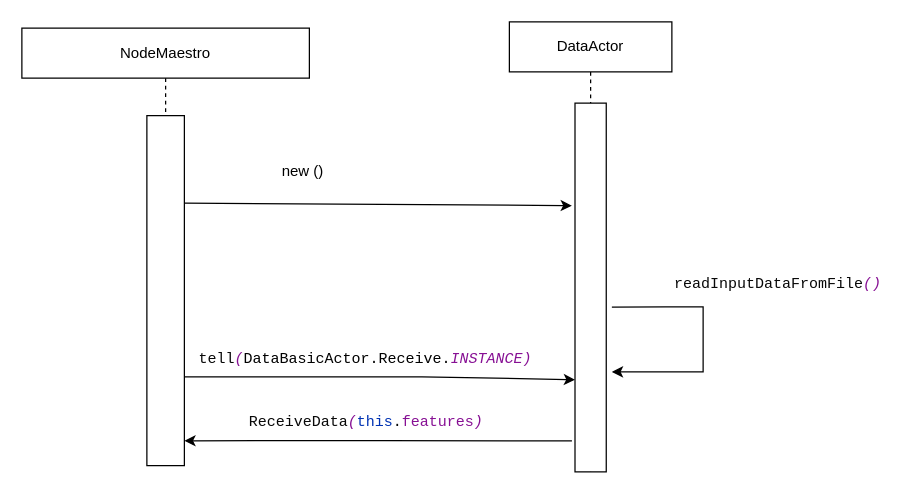
Above: page "Page-1" (1 of 2) of createDataActorAndRetrieveInputVector.drawio in vanelopethecoder/som-basic (draw.io), before the change. Source tidied: cells renumbered, new cells numbered last; positions are measured from the earlier drawing's top-left corner, leaving out a move shared by most shapes. Both pictures are drawn from the tidied source at 125%, with x=0, y=0 at pixel (21, 21).
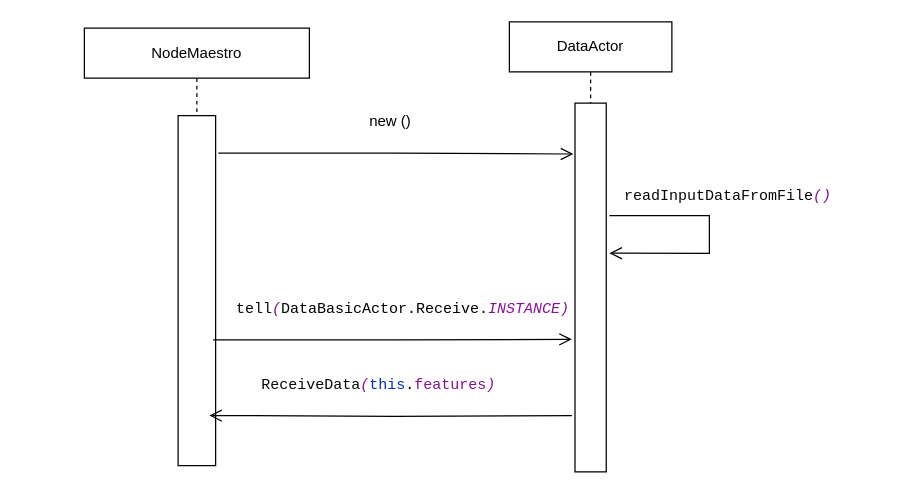
After the change.

The change refers to these unchanged cells:
```xml
<mxCell id="9" value="DataActor" style="shape=umlLifeline;perimeter=lifelinePerimeter;whiteSpace=wrap;html=1;outlineConnect=0;" parent="1" vertex="1">
  <mxGeometry x="390" width="130" height="360" as="geometry" />
</mxCell>
<mxCell id="10" style="rounded=0;whiteSpace=wrap;html=1;" parent="9" vertex="1">
  <mxGeometry x="52.5" y="65" width="25" height="295" as="geometry" />
</mxCell>
```

Change to the diagram source:
```diff
@@
     <mxCell id="2" value="NodeMaestro" style="shape=umlLifeline;perimeter=lifelinePerimeter;whiteSpace=wrap;html=1;" parent="1" vertex="1">
-      <mxGeometry y="5" width="230" height="350" as="geometry" />
+      <mxGeometry x="50" y="5" width="180" height="350" as="geometry" />
     </mxCell>
     <mxCell id="3" style="rounded=0;whiteSpace=wrap;html=1;" parent="2" vertex="1">
-      <mxGeometry x="100" y="70" width="30" height="280" as="geometry" />
+      <mxGeometry x="75" y="70" width="30" height="280" as="geometry" />
     </mxCell>
-    <mxCell id="4" style="endArrow=classic;html=1;rounded=0;entryX=0;entryY=0.75;entryDx=0;entryDy=0;" parent="2" edge="1" target="10">
-      <mxGeometry relative="1" as="geometry">
-        <mxPoint x="130" y="279" as="sourcePoint" />
-        <Array as="points">
-          <mxPoint x="230" y="279" />
-          <mxPoint x="320" y="279" />
-        </Array>
-      </mxGeometry>
-    </mxCell>
     <mxCell id="5" value="new ()" style="text;html=1;strokeColor=none;fillColor=none;align=center;verticalAlign=middle;whiteSpace=wrap;rounded=0;" parent="1" vertex="1">
-      <mxGeometry x="160" y="105" width="130" height="30" as="geometry" />
+      <mxGeometry x="220" y="65" width="150" height="30" as="geometry" />
     </mxCell>
-    <mxCell id="6" style="endArrow=classic;html=1;rounded=0;exitX=1;exitY=0.25;exitDx=0;exitDy=0;entryX=-0.1;entryY=0.278;entryDx=0;entryDy=0;entryPerimeter=0;" parent="1" edge="1" source="3" target="10">
-      <mxGeometry relative="1" as="geometry" />
-    </mxCell>
     <mxCell id="7" value="&lt;pre style=&quot;background-color: #ffffff ; color: #080808 ; font-family: &amp;#34;jetbrains mono&amp;#34; , monospace ; font-size: 9 8pt&quot;&gt;readInputDataFromFile&lt;span style=&quot;color: #871094 ; font-style: italic&quot;&gt;()&lt;/span&gt;&lt;/pre&gt;" style="text;html=1;strokeColor=none;fillColor=none;align=center;verticalAlign=middle;whiteSpace=wrap;rounded=0;" parent="1" vertex="1">
-      <mxGeometry x="560" y="195" width="90" height="30" as="geometry" />
+      <mxGeometry x="520" y="125" width="90" height="30" as="geometry" />
     </mxCell>
-    <mxCell id="8" style="endArrow=classic;html=1;rounded=0;entryX=1;entryY=0.929;entryDx=0;entryDy=0;entryPerimeter=0;exitX=0.385;exitY=0.931;exitDx=0;exitDy=0;exitPerimeter=0;" parent="1" edge="1" source="9" target="3">
-      <mxGeometry relative="1" as="geometry">
-        <Array as="points">
-          <mxPoint x="290" y="335" />
-          <mxPoint x="250" y="335" />
-          <mxPoint x="190" y="335" />
-        </Array>
-      </mxGeometry>
-    </mxCell>
@@
-    <mxCell id="11" style="endArrow=classic;html=1;rounded=0;exitX=1.18;exitY=0.553;exitDx=0;exitDy=0;exitPerimeter=0;" parent="9" edge="1" source="10">
-      <mxGeometry relative="1" as="geometry">
-        <mxPoint x="82" y="280" as="targetPoint" />
-        <Array as="points">
-          <mxPoint x="125" y="228" />
-          <mxPoint x="145" y="228" />
-          <mxPoint x="155" y="228" />
-          <mxPoint x="155" y="280" />
-          <mxPoint x="125" y="280" />
-        </Array>
-      </mxGeometry>
-    </mxCell>
+    <mxCell id="14" style="edgeStyle=orthogonalEdgeStyle;html=1;verticalAlign=bottom;endArrow=open;endSize=8;strokeColor=#000000;rounded=0;exitX=1.1;exitY=0.305;exitDx=0;exitDy=0;exitPerimeter=0;entryX=1.1;entryY=0.407;entryDx=0;entryDy=0;entryPerimeter=0;" parent="9" edge="1" source="10" target="10">
+      <mxGeometry relative="1" as="geometry">
+        <Array as="points">
+          <mxPoint x="160" y="155" />
+          <mxPoint x="160" y="185" />
+        </Array>
+      </mxGeometry>
+    </mxCell>
     <mxCell id="12" value="&lt;pre style=&quot;background-color: #ffffff ; color: #080808 ; font-family: &amp;#34;jetbrains mono&amp;#34; , monospace ; font-size: 9 8pt&quot;&gt;tell&lt;span style=&quot;color: #871094 ; font-style: italic&quot;&gt;(&lt;/span&gt;&lt;span style=&quot;color: #000000&quot;&gt;DataBasicActor&lt;/span&gt;.&lt;span style=&quot;color: #000000&quot;&gt;Receive&lt;/span&gt;.&lt;span style=&quot;color: #871094 ; font-style: italic&quot;&gt;INSTANCE)&lt;/span&gt;&lt;/pre&gt;" style="text;html=1;strokeColor=none;fillColor=none;align=center;verticalAlign=middle;whiteSpace=wrap;rounded=0;" parent="1" vertex="1">
-      <mxGeometry x="200" y="255" width="150" height="30" as="geometry" />
+      <mxGeometry x="230" y="215" width="150" height="30" as="geometry" />
     </mxCell>
     <mxCell id="13" value="&lt;pre style=&quot;background-color: #ffffff ; color: #080808 ; font-family: &amp;quot;jetbrains mono&amp;quot; , monospace ; font-size: 9 8pt&quot;&gt;ReceiveData&lt;span style=&quot;color: #871094 ; font-style: italic&quot;&gt;(&lt;/span&gt;&lt;span style=&quot;color: #0033b3&quot;&gt;this&lt;/span&gt;.&lt;span style=&quot;color: #871094&quot;&gt;features&lt;/span&gt;&lt;span style=&quot;color: #871094 ; font-style: italic&quot;&gt;)&lt;/span&gt;&lt;/pre&gt;" style="text;whiteSpace=wrap;html=1;" parent="1" vertex="1">
-      <mxGeometry x="180" y="295" width="210" height="50" as="geometry" />
+      <mxGeometry x="190" y="265" width="210" height="50" as="geometry" />
     </mxCell>
+    <mxCell id="6" style="edgeStyle=orthogonalEdgeStyle;html=1;verticalAlign=bottom;endArrow=open;endSize=8;strokeColor=#000000;rounded=0;exitX=1.073;exitY=0.107;exitDx=0;exitDy=0;exitPerimeter=0;entryX=-0.052;entryY=0.138;entryDx=0;entryDy=0;entryPerimeter=0;" parent="1" edge="1" source="3" target="10">
+      <mxGeometry relative="1" as="geometry" />
+    </mxCell>
+    <mxCell id="15" style="edgeStyle=orthogonalEdgeStyle;html=1;verticalAlign=bottom;endArrow=open;endSize=8;strokeColor=#000000;rounded=0;exitX=1.073;exitY=0.107;exitDx=0;exitDy=0;exitPerimeter=0;" parent="1" edge="1">
+      <mxGeometry relative="1" as="geometry">
+        <mxPoint x="153" y="254.3" as="sourcePoint" />
+        <mxPoint x="440" y="254" as="targetPoint" />
+        <Array as="points">
+          <mxPoint x="300" y="254" />
+        </Array>
+      </mxGeometry>
+    </mxCell>
+    <mxCell id="16" style="edgeStyle=orthogonalEdgeStyle;html=1;verticalAlign=bottom;endArrow=open;endSize=8;strokeColor=#000000;rounded=0;entryX=0.833;entryY=0.857;entryDx=0;entryDy=0;entryPerimeter=0;" parent="1" edge="1" target="3">
+      <mxGeometry relative="1" as="geometry">
+        <mxPoint x="440" y="315" as="sourcePoint" />
+      </mxGeometry>
+    </mxCell>
```
